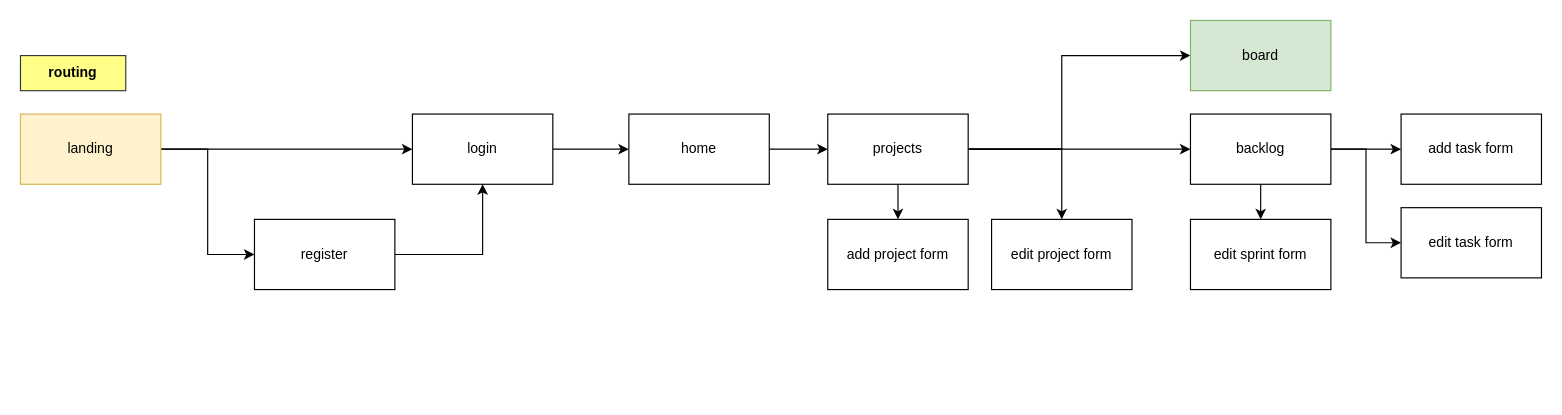
The draw.io diagram docs/2 design/routing sample.drawio in cosminbucur/final-ro23, before the edit. Source tidied: cells renumbered, new cells numbered last; positions are measured from the earlier drawing's top-left corner, leaving out a move shared by most shapes. Both pictures are drawn from the tidied source at 117%, with x=0, y=0 at pixel (20, 20).
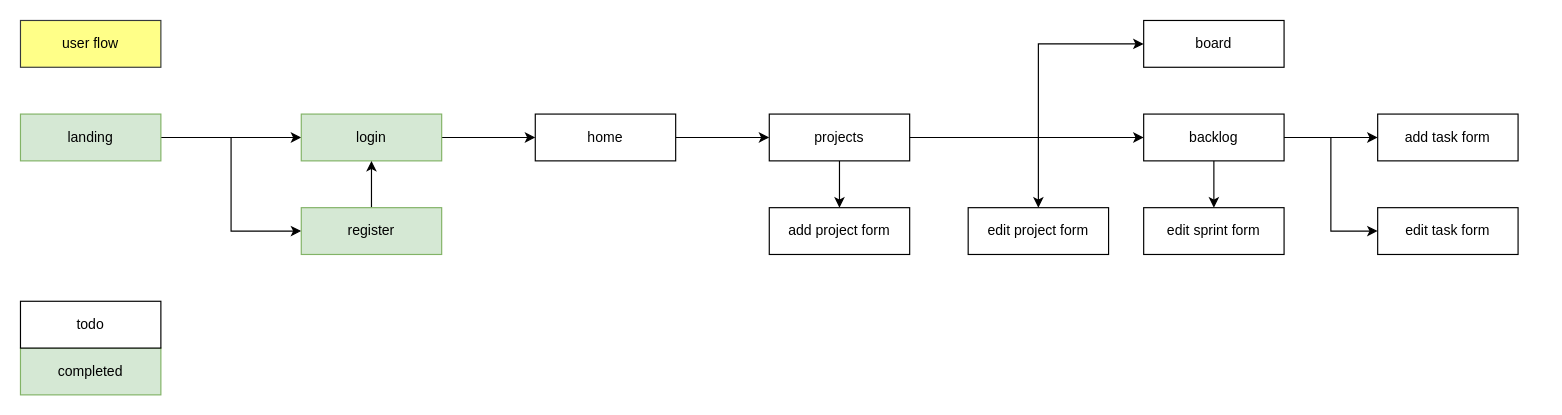
The same page after the edit.

The edit, as a diff of the source:
```diff
@@
     <mxCell id="3" value="home" style="rounded=0;whiteSpace=wrap;html=1;" parent="1" vertex="1">
-      <mxGeometry x="520" y="80" width="120" height="60" as="geometry" />
+      <mxGeometry x="440" y="80" width="120" height="40" as="geometry" />
     </mxCell>
@@
-    <mxCell id="6" value="landing" style="rounded=0;whiteSpace=wrap;html=1;fillColor=#fff2cc;strokeColor=#d6b656;" parent="1" vertex="1">
-      <mxGeometry y="80" width="120" height="60" as="geometry" />
+    <mxCell id="6" value="landing" style="rounded=0;whiteSpace=wrap;html=1;fillColor=#d5e8d4;strokeColor=#82b366;" parent="1" vertex="1">
+      <mxGeometry y="80" width="120" height="40" as="geometry" />
     </mxCell>
@@
-    <mxCell id="8" value="login" style="whiteSpace=wrap;html=1;rounded=0;" parent="1" vertex="1">
-      <mxGeometry x="335" y="80" width="120" height="60" as="geometry" />
+    <mxCell id="8" value="login" style="whiteSpace=wrap;html=1;rounded=0;fillColor=#d5e8d4;strokeColor=#82b366;" parent="1" vertex="1">
+      <mxGeometry x="240" y="80" width="120" height="40" as="geometry" />
     </mxCell>
@@
-    <mxCell id="10" value="register" style="whiteSpace=wrap;html=1;rounded=0;" parent="1" vertex="1">
-      <mxGeometry x="200" y="170" width="120" height="60" as="geometry" />
+    <mxCell id="10" value="register" style="whiteSpace=wrap;html=1;rounded=0;fillColor=#d5e8d4;strokeColor=#82b366;" parent="1" vertex="1">
+      <mxGeometry x="240" y="160" width="120" height="40" as="geometry" />
     </mxCell>
@@
-    <mxCell id="14" style="edgeStyle=orthogonalEdgeStyle;rounded=0;jettySize=auto;html=1;entryX=0;entryY=0.5;entryDx=0;entryDy=0;" parent="1" edge="1" source="15" target="25">
+    <mxCell id="14" style="edgeStyle=orthogonalEdgeStyle;rounded=0;jettySize=auto;html=1;" parent="1" edge="1" source="15" target="25">
       <mxGeometry relative="1" as="geometry">
         <Array as="points">
-          <mxPoint x="890" y="110" />
-          <mxPoint x="890" y="30" />
+          <mxPoint x="870" y="100" />
+          <mxPoint x="870" y="20" />
         </Array>
       </mxGeometry>
     </mxCell>
     <mxCell id="15" value="projects" style="rounded=0;whiteSpace=wrap;html=1;" parent="1" vertex="1">
-      <mxGeometry x="690" y="80" width="120" height="60" as="geometry" />
+      <mxGeometry x="640" y="80" width="120" height="40" as="geometry" />
     </mxCell>
@@
     <mxCell id="19" value="backlog" style="rounded=0;whiteSpace=wrap;html=1;" parent="1" vertex="1">
-      <mxGeometry x="1000" y="80" width="120" height="60" as="geometry" />
+      <mxGeometry x="960" y="80" width="120" height="40" as="geometry" />
     </mxCell>
     <mxCell id="20" value="add project form" style="rounded=0;whiteSpace=wrap;html=1;" parent="1" vertex="1">
-      <mxGeometry x="690" y="170" width="120" height="60" as="geometry" />
+      <mxGeometry x="640" y="160" width="120" height="40" as="geometry" />
     </mxCell>
     <mxCell id="21" value="edit project form" style="rounded=0;whiteSpace=wrap;html=1;" parent="1" vertex="1">
-      <mxGeometry x="830" y="170" width="120" height="60" as="geometry" />
+      <mxGeometry x="810" y="160" width="120" height="40" as="geometry" />
     </mxCell>
     <mxCell id="22" value="edit sprint form" style="whiteSpace=wrap;html=1;rounded=0;" parent="1" vertex="1">
-      <mxGeometry x="1000" y="170" width="120" height="60" as="geometry" />
+      <mxGeometry x="960" y="160" width="120" height="40" as="geometry" />
     </mxCell>
     <mxCell id="23" value="add task form" style="rounded=0;whiteSpace=wrap;html=1;" parent="1" vertex="1">
-      <mxGeometry x="1180" y="80" width="120" height="60" as="geometry" />
+      <mxGeometry x="1160" y="80" width="120" height="40" as="geometry" />
     </mxCell>
     <mxCell id="24" value="edit task form" style="rounded=0;whiteSpace=wrap;html=1;" parent="1" vertex="1">
-      <mxGeometry x="1180" y="160" width="120" height="60" as="geometry" />
+      <mxGeometry x="1160" y="160" width="120" height="40" as="geometry" />
     </mxCell>
-    <mxCell id="25" value="board" style="rounded=0;whiteSpace=wrap;html=1;fillColor=#d5e8d4;strokeColor=#82b366;" parent="1" vertex="1">
-      <mxGeometry x="1000" width="120" height="60" as="geometry" />
+    <mxCell id="25" value="board" style="rounded=0;whiteSpace=wrap;html=1;" parent="1" vertex="1">
+      <mxGeometry x="960" width="120" height="40" as="geometry" />
     </mxCell>
-    <mxCell id="26" value="routing" style="rounded=0;whiteSpace=wrap;html=1;fillColor=#ffff88;strokeColor=#36393d;fontStyle=1;" parent="1" vertex="1">
-      <mxGeometry y="30" width="90" height="30" as="geometry" />
-    </mxCell>
+    <mxCell id="27" value="user flow" style="rounded=0;whiteSpace=wrap;html=1;fillColor=#ffff88;strokeColor=#36393d;" parent="1" vertex="1">
+      <mxGeometry width="120" height="40" as="geometry" />
+    </mxCell>
+    <mxCell id="28" value="completed" style="rounded=0;whiteSpace=wrap;html=1;fillColor=#d5e8d4;strokeColor=#82b366;" parent="1" vertex="1">
+      <mxGeometry y="280" width="120" height="40" as="geometry" />
+    </mxCell>
+    <mxCell id="29" value="todo" style="rounded=0;whiteSpace=wrap;html=1;" parent="1" vertex="1">
+      <mxGeometry y="240" width="120" height="40" as="geometry" />
+    </mxCell>
```
